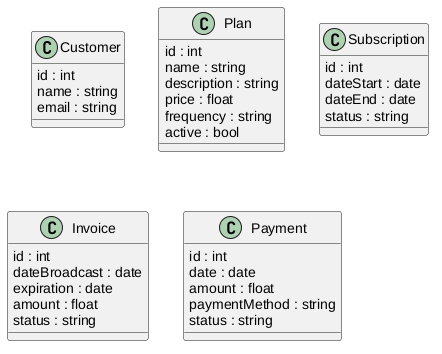
This is docs/class-diagram.png from nahuelfariasc/subscription-billing-system, a PlantUML export, as it was before one commit. Its diagram source:
```plantuml
@startuml

class Customer
{
  id : int
  name : string
  email : string
}

class Plan
{
  id : int
  name : string
  description : string
  price : float
  frequency : string
  active : bool
}

class Subscription
{
  id : int
  dateStart : date
  dateEnd : date
  status : string
}

class Invoice
{
  id : int
  dateBroadcast : date
  expiration : date
  amount : float
  status : string
}

class Payment
{
  id : int
  date : date
  amount : float
  paymentMethod : string
  status : string
}

@enduml
```
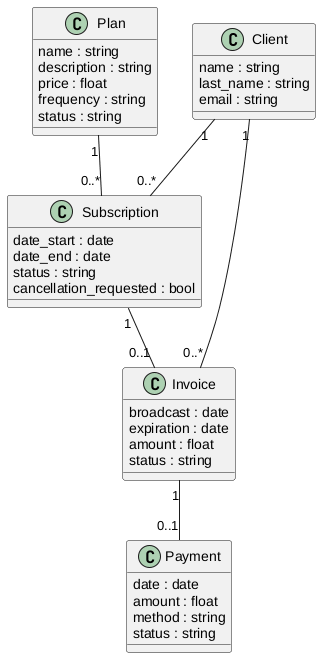
Later version of the same file.

Change to the diagram source:
```diff
@@ -1,46 +1,44 @@
 @startuml
 
-class Customer
-{
-  id : int
+class Client {
   name : string
+  last_name : string
   email : string
 }
 
-class Plan
-{
-  id : int
+class Plan {
   name : string
   description : string
   price : float
   frequency : string
-  active : bool
-}
-
-class Subscription
-{
-  id : int
-  dateStart : date
-  dateEnd : date
   status : string
 }
 
-class Invoice
-{
-  id : int
-  dateBroadcast : date
+class Subscription {
+  date_start : date
+  date_end : date
+  status : string
+  cancellation_requested : bool
+}
+
+class Invoice {
+  broadcast : date
   expiration : date
   amount : float
   status : string
 }
 
-class Payment
-{
-  id : int
+class Payment {
   date : date
   amount : float
-  paymentMethod : string
+  method : string
   status : string
 }
 
+Client "1" -- "0..*" Subscription
+Client "1" -- "0..*" Invoice
+Plan "1" -- "0..*" Subscription
+Subscription "1" -- "0..1" Invoice
+Invoice "1" -- "0..1" Payment
+
 @enduml
```
